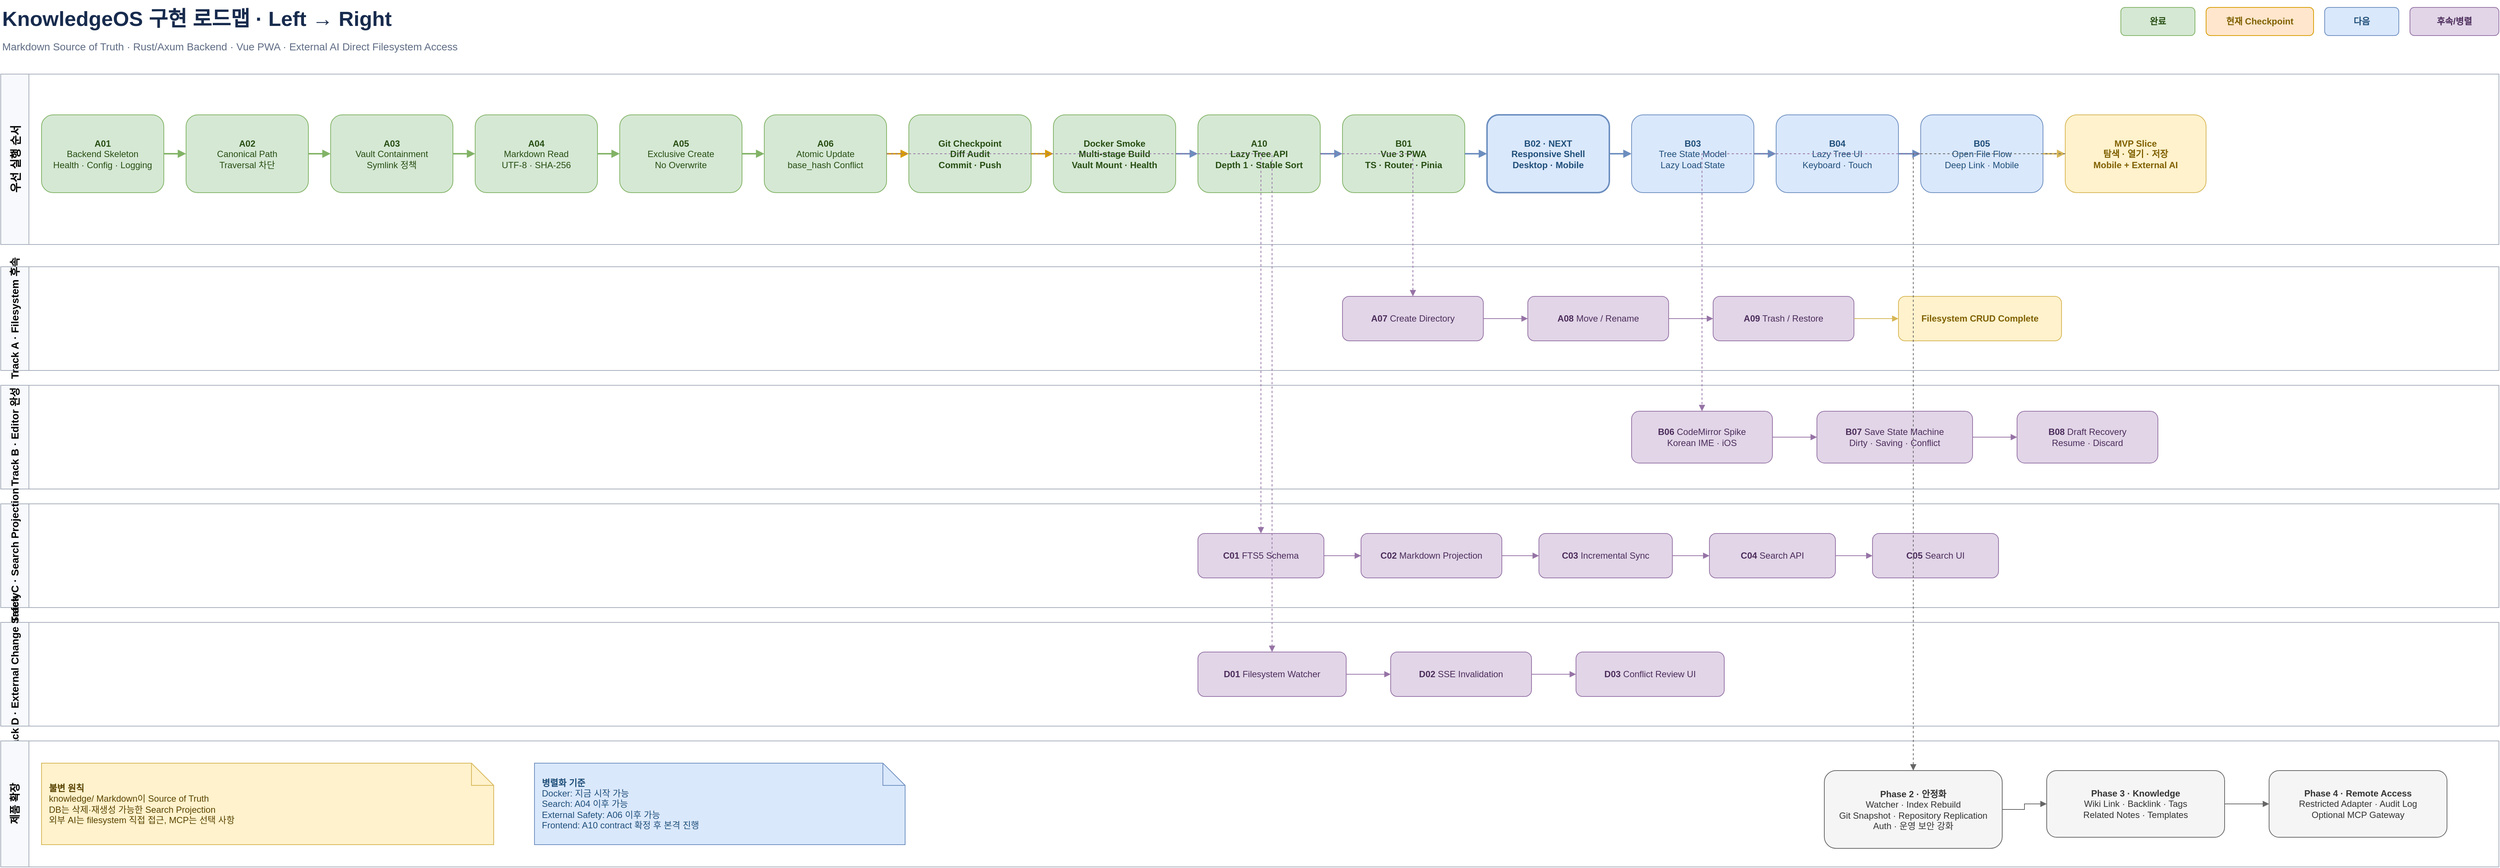
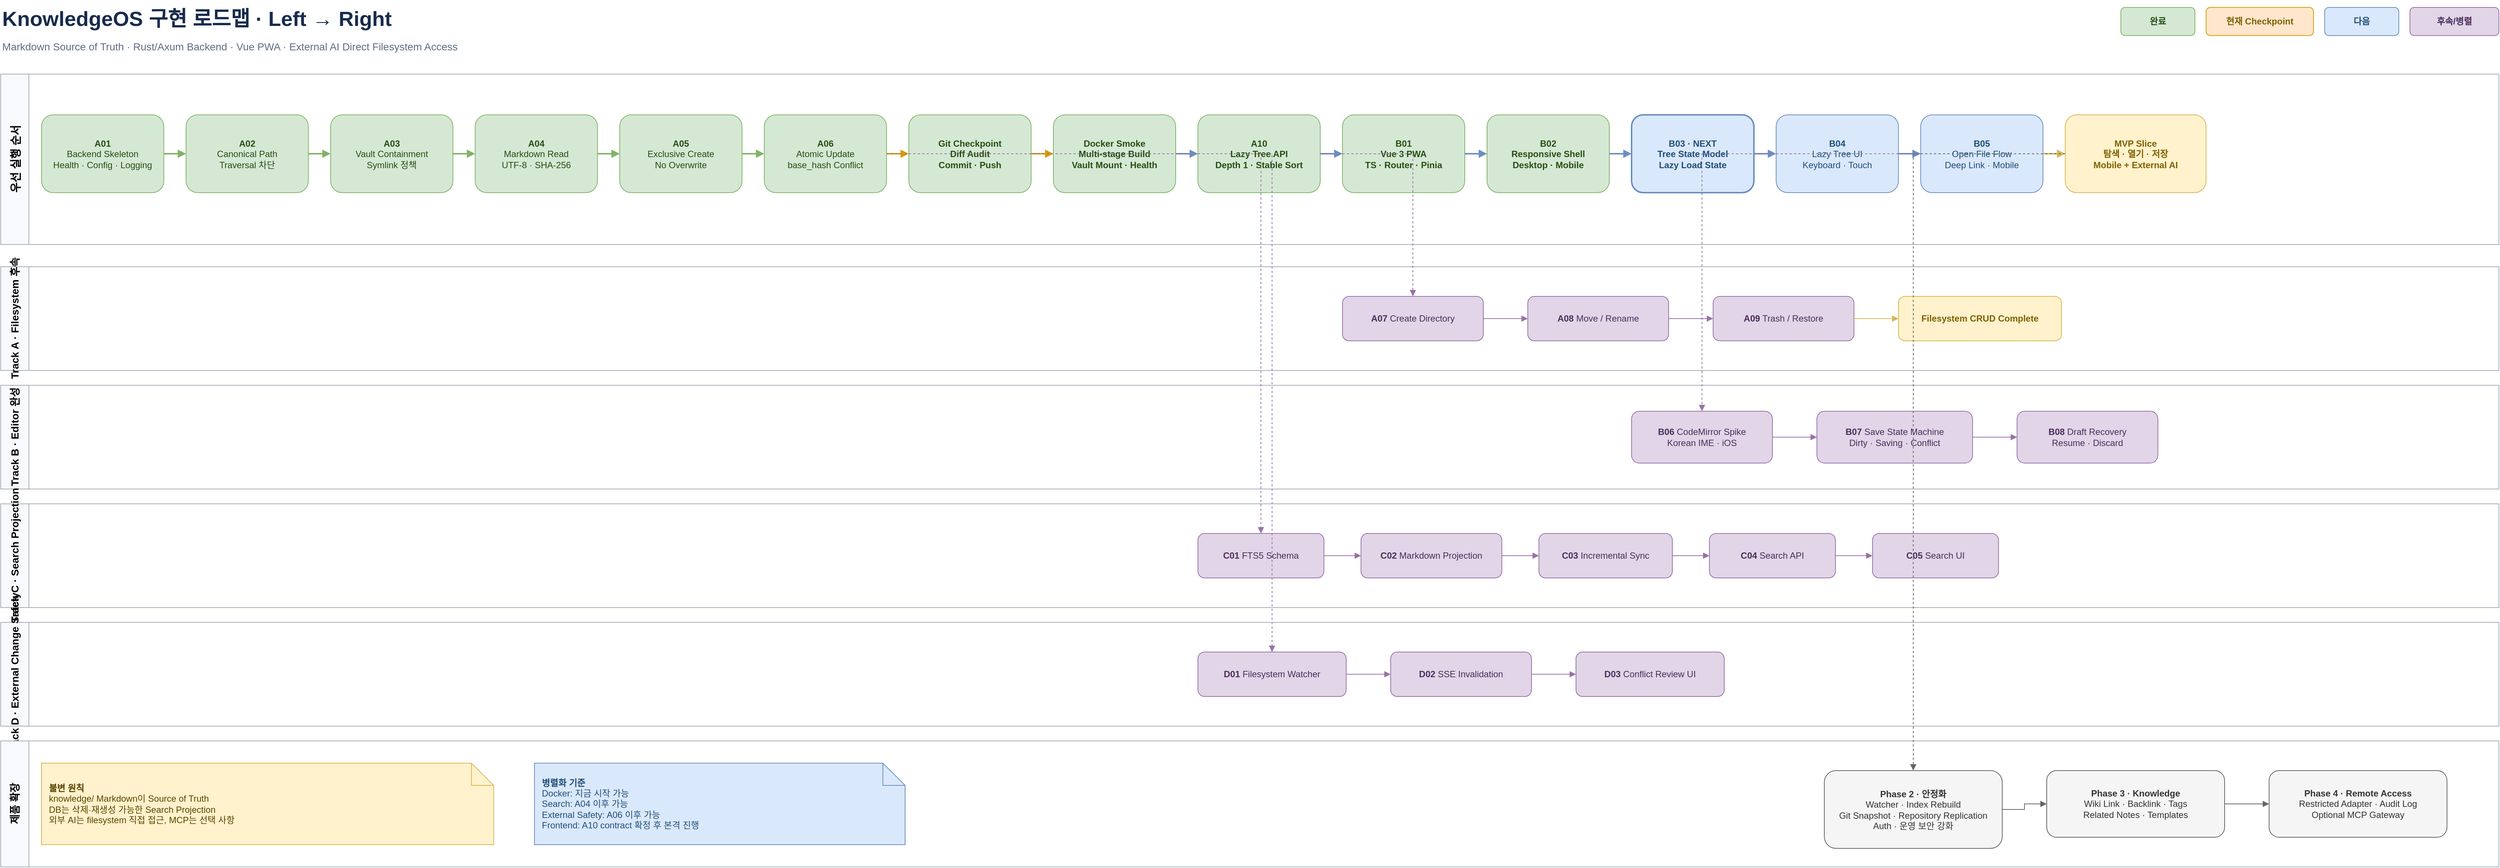
<mxfile host="app.diagrams.net" modified="2026-07-19T00:00:00.000Z" agent="KnowledgeOS" version="26.0.9" type="device">
  <diagram id="knowledgeos-roadmap" name="KnowledgeOS Roadmap">
    <mxGraphModel dx="1600" dy="900" grid="1" gridSize="10" guides="1" tooltips="1" connect="1" arrows="1" fold="1" page="1" pageScale="1" pageWidth="4000" pageHeight="1400" math="0" shadow="0">
      <root>
        <mxCell id="0"/>
        <mxCell id="1" parent="0"/>

        <mxCell id="title" value="KnowledgeOS 구현 로드맵 · Left → Right" style="text;html=1;align=left;verticalAlign=middle;fontSize=28;fontStyle=1;fontColor=#172B4D;" vertex="1" parent="1">
          <mxGeometry x="40" y="20" width="760" height="50" as="geometry"/>
        </mxCell>
        <mxCell id="subtitle" value="Markdown Source of Truth · Rust/Axum Backend · Vue PWA · External AI Direct Filesystem Access" style="text;html=1;align=left;verticalAlign=middle;fontSize=14;fontColor=#5E6C84;" vertex="1" parent="1">
          <mxGeometry x="40" y="68" width="1100" height="30" as="geometry"/>
        </mxCell>

        <mxCell id="legend_done" value="완료" style="rounded=1;whiteSpace=wrap;html=1;fillColor=#D5E8D4;strokeColor=#82B366;fontColor=#274E13;fontStyle=1;" vertex="1" parent="1">
          <mxGeometry x="2900" y="30" width="100" height="38" as="geometry"/>
        </mxCell>
        <mxCell id="legend_now" value="현재 Checkpoint" style="rounded=1;whiteSpace=wrap;html=1;fillColor=#FFE6CC;strokeColor=#D79B00;fontColor=#7F6000;fontStyle=1;" vertex="1" parent="1">
          <mxGeometry x="3015" y="30" width="145" height="38" as="geometry"/>
        </mxCell>
        <mxCell id="legend_next" value="다음" style="rounded=1;whiteSpace=wrap;html=1;fillColor=#DAE8FC;strokeColor=#6C8EBF;fontColor=#1F4E79;fontStyle=1;" vertex="1" parent="1">
          <mxGeometry x="3175" y="30" width="100" height="38" as="geometry"/>
        </mxCell>
        <mxCell id="legend_later" value="후속/병렬" style="rounded=1;whiteSpace=wrap;html=1;fillColor=#E1D5E7;strokeColor=#9673A6;fontColor=#4C2C5B;fontStyle=1;" vertex="1" parent="1">
          <mxGeometry x="3290" y="30" width="120" height="38" as="geometry"/>
        </mxCell>

        <mxCell id="lane_main" value="우선 실행 순서" style="swimlane;html=1;horizontal=0;startSize=38;fillColor=#F7F9FC;swimlaneFillColor=#FFFFFF;strokeColor=#A5ADBA;fontStyle=1;fontSize=15;" vertex="1" parent="1">
          <mxGeometry x="40" y="120" width="3370" height="230" as="geometry"/>
        </mxCell>
        <mxCell id="lane_fs" value="Track A · Filesystem 후속" style="swimlane;html=1;horizontal=0;startSize=38;fillColor=#F7F9FC;swimlaneFillColor=#FFFFFF;strokeColor=#A5ADBA;fontStyle=1;fontSize=14;" vertex="1" parent="1">
          <mxGeometry x="40" y="380" width="3370" height="140" as="geometry"/>
        </mxCell>
        <mxCell id="lane_editor" value="Track B · Editor 완성" style="swimlane;html=1;horizontal=0;startSize=38;fillColor=#F7F9FC;swimlaneFillColor=#FFFFFF;strokeColor=#A5ADBA;fontStyle=1;fontSize=14;" vertex="1" parent="1">
          <mxGeometry x="40" y="540" width="3370" height="140" as="geometry"/>
        </mxCell>
        <mxCell id="lane_search" value="Track C · Search Projection" style="swimlane;html=1;horizontal=0;startSize=38;fillColor=#F7F9FC;swimlaneFillColor=#FFFFFF;strokeColor=#A5ADBA;fontStyle=1;fontSize=14;" vertex="1" parent="1">
          <mxGeometry x="40" y="700" width="3370" height="140" as="geometry"/>
        </mxCell>
        <mxCell id="lane_external" value="Track D · External Change Safety" style="swimlane;html=1;horizontal=0;startSize=38;fillColor=#F7F9FC;swimlaneFillColor=#FFFFFF;strokeColor=#A5ADBA;fontStyle=1;fontSize=14;" vertex="1" parent="1">
          <mxGeometry x="40" y="860" width="3370" height="140" as="geometry"/>
        </mxCell>
        <mxCell id="lane_future" value="제품 확장" style="swimlane;html=1;horizontal=0;startSize=38;fillColor=#F7F9FC;swimlaneFillColor=#FFFFFF;strokeColor=#A5ADBA;fontStyle=1;fontSize=14;" vertex="1" parent="1">
          <mxGeometry x="40" y="1020" width="3370" height="170" as="geometry"/>
        </mxCell>

        <mxCell id="a01" value="&lt;b&gt;A01&lt;/b&gt;&#xa;Backend Skeleton&#xa;Health · Config · Logging" style="rounded=1;whiteSpace=wrap;html=1;fillColor=#D5E8D4;strokeColor=#82B366;fontColor=#274E13;" vertex="1" parent="1"><mxGeometry x="95" y="175" width="165" height="105" as="geometry"/></mxCell>
        <mxCell id="a02" value="&lt;b&gt;A02&lt;/b&gt;&#xa;Canonical Path&#xa;Traversal 차단" style="rounded=1;whiteSpace=wrap;html=1;fillColor=#D5E8D4;strokeColor=#82B366;fontColor=#274E13;" vertex="1" parent="1"><mxGeometry x="290" y="175" width="165" height="105" as="geometry"/></mxCell>
        <mxCell id="a03" value="&lt;b&gt;A03&lt;/b&gt;&#xa;Vault Containment&#xa;Symlink 정책" style="rounded=1;whiteSpace=wrap;html=1;fillColor=#D5E8D4;strokeColor=#82B366;fontColor=#274E13;" vertex="1" parent="1"><mxGeometry x="485" y="175" width="165" height="105" as="geometry"/></mxCell>
        <mxCell id="a04" value="&lt;b&gt;A04&lt;/b&gt;&#xa;Markdown Read&#xa;UTF-8 · SHA-256" style="rounded=1;whiteSpace=wrap;html=1;fillColor=#D5E8D4;strokeColor=#82B366;fontColor=#274E13;" vertex="1" parent="1"><mxGeometry x="680" y="175" width="165" height="105" as="geometry"/></mxCell>
        <mxCell id="a05" value="&lt;b&gt;A05&lt;/b&gt;&#xa;Exclusive Create&#xa;No Overwrite" style="rounded=1;whiteSpace=wrap;html=1;fillColor=#D5E8D4;strokeColor=#82B366;fontColor=#274E13;" vertex="1" parent="1"><mxGeometry x="875" y="175" width="165" height="105" as="geometry"/></mxCell>
        <mxCell id="a06" value="&lt;b&gt;A06&lt;/b&gt;&#xa;Atomic Update&#xa;base_hash Conflict" style="rounded=1;whiteSpace=wrap;html=1;fillColor=#D5E8D4;strokeColor=#82B366;fontColor=#274E13;" vertex="1" parent="1"><mxGeometry x="1070" y="175" width="165" height="105" as="geometry"/></mxCell>
        <mxCell id="git_checkpoint" value="&lt;b&gt;Git Checkpoint&lt;/b&gt;&#xa;Diff Audit&#xa;Commit · Push" style="rounded=1;whiteSpace=wrap;html=1;fillColor=#D5E8D4;strokeColor=#82B366;fontColor=#274E13;fontStyle=1;" vertex="1" parent="1"><mxGeometry x="1265" y="175" width="165" height="105" as="geometry"/></mxCell>
        <mxCell id="docker" value="&lt;b&gt;Docker Smoke&lt;/b&gt;&#xa;Multi-stage Build&#xa;Vault Mount · Health" style="rounded=1;whiteSpace=wrap;html=1;fillColor=#D5E8D4;strokeColor=#82B366;fontColor=#274E13;fontStyle=1;" vertex="1" parent="1"><mxGeometry x="1460" y="175" width="165" height="105" as="geometry"/></mxCell>
        <mxCell id="a10" value="&lt;b&gt;A10&lt;/b&gt;&#xa;Lazy Tree API&#xa;Depth 1 · Stable Sort" style="rounded=1;whiteSpace=wrap;html=1;fillColor=#D5E8D4;strokeColor=#82B366;fontColor=#274E13;fontStyle=1;" vertex="1" parent="1"><mxGeometry x="1655" y="175" width="165" height="105" as="geometry"/></mxCell>
        <mxCell id="b01" value="&lt;b&gt;B01&lt;/b&gt;&#xa;Vue 3 PWA&#xa;TS · Router · Pinia" style="rounded=1;whiteSpace=wrap;html=1;fillColor=#D5E8D4;strokeColor=#82B366;fontColor=#274E13;fontStyle=1;" vertex="1" parent="1"><mxGeometry x="1850" y="175" width="165" height="105" as="geometry"/></mxCell>
-         <mxCell id="b02" value="&lt;b&gt;B02 · NEXT&lt;/b&gt;&#xa;Responsive Shell&#xa;Desktop · Mobile" style="rounded=1;whiteSpace=wrap;html=1;fillColor=#DAE8FC;strokeColor=#6C8EBF;fontColor=#1F4E79;fontStyle=1;strokeWidth=2;" vertex="1" parent="1"><mxGeometry x="2045" y="175" width="165" height="105" as="geometry"/></mxCell>
-         <mxCell id="b03" value="&lt;b&gt;B03&lt;/b&gt;&#xa;Tree State Model&#xa;Lazy Load State" style="rounded=1;whiteSpace=wrap;html=1;fillColor=#DAE8FC;strokeColor=#6C8EBF;fontColor=#1F4E79;" vertex="1" parent="1"><mxGeometry x="2240" y="175" width="165" height="105" as="geometry"/></mxCell>
+         <mxCell id="b02" value="&lt;b&gt;B02&lt;/b&gt;&#xa;Responsive Shell&#xa;Desktop · Mobile" style="rounded=1;whiteSpace=wrap;html=1;fillColor=#D5E8D4;strokeColor=#82B366;fontColor=#274E13;fontStyle=1;" vertex="1" parent="1"><mxGeometry x="2045" y="175" width="165" height="105" as="geometry"/></mxCell>
+         <mxCell id="b03" value="&lt;b&gt;B03 · NEXT&lt;/b&gt;&#xa;Tree State Model&#xa;Lazy Load State" style="rounded=1;whiteSpace=wrap;html=1;fillColor=#DAE8FC;strokeColor=#6C8EBF;fontColor=#1F4E79;fontStyle=1;strokeWidth=2;" vertex="1" parent="1"><mxGeometry x="2240" y="175" width="165" height="105" as="geometry"/></mxCell>
        <mxCell id="b04" value="&lt;b&gt;B04&lt;/b&gt;&#xa;Lazy Tree UI&#xa;Keyboard · Touch" style="rounded=1;whiteSpace=wrap;html=1;fillColor=#DAE8FC;strokeColor=#6C8EBF;fontColor=#1F4E79;" vertex="1" parent="1"><mxGeometry x="2435" y="175" width="165" height="105" as="geometry"/></mxCell>
        <mxCell id="b05" value="&lt;b&gt;B05&lt;/b&gt;&#xa;Open File Flow&#xa;Deep Link · Mobile" style="rounded=1;whiteSpace=wrap;html=1;fillColor=#DAE8FC;strokeColor=#6C8EBF;fontColor=#1F4E79;" vertex="1" parent="1"><mxGeometry x="2630" y="175" width="165" height="105" as="geometry"/></mxCell>
        <mxCell id="mvp_slice" value="&lt;b&gt;MVP Slice&lt;/b&gt;&#xa;탐색 · 열기 · 저장&#xa;Mobile + External AI" style="rounded=1;whiteSpace=wrap;html=1;fillColor=#FFF2CC;strokeColor=#D6B656;fontColor=#7F6000;fontStyle=1;" vertex="1" parent="1"><mxGeometry x="2825" y="175" width="190" height="105" as="geometry"/></mxCell>

        <mxCell id="a07" value="&lt;b&gt;A07&lt;/b&gt; Create Directory" style="rounded=1;whiteSpace=wrap;html=1;fillColor=#E1D5E7;strokeColor=#9673A6;fontColor=#4C2C5B;" vertex="1" parent="1"><mxGeometry x="1850" y="420" width="190" height="60" as="geometry"/></mxCell>
        <mxCell id="a08" value="&lt;b&gt;A08&lt;/b&gt; Move / Rename" style="rounded=1;whiteSpace=wrap;html=1;fillColor=#E1D5E7;strokeColor=#9673A6;fontColor=#4C2C5B;" vertex="1" parent="1"><mxGeometry x="2100" y="420" width="190" height="60" as="geometry"/></mxCell>
        <mxCell id="a09" value="&lt;b&gt;A09&lt;/b&gt; Trash / Restore" style="rounded=1;whiteSpace=wrap;html=1;fillColor=#E1D5E7;strokeColor=#9673A6;fontColor=#4C2C5B;" vertex="1" parent="1"><mxGeometry x="2350" y="420" width="190" height="60" as="geometry"/></mxCell>
        <mxCell id="fs_complete" value="Filesystem CRUD Complete" style="rounded=1;whiteSpace=wrap;html=1;fillColor=#FFF2CC;strokeColor=#D6B656;fontColor=#7F6000;fontStyle=1;" vertex="1" parent="1"><mxGeometry x="2600" y="420" width="220" height="60" as="geometry"/></mxCell>

        <mxCell id="b06" value="&lt;b&gt;B06&lt;/b&gt; CodeMirror Spike&#xa;Korean IME · iOS" style="rounded=1;whiteSpace=wrap;html=1;fillColor=#E1D5E7;strokeColor=#9673A6;fontColor=#4C2C5B;" vertex="1" parent="1"><mxGeometry x="2240" y="575" width="190" height="70" as="geometry"/></mxCell>
        <mxCell id="b07" value="&lt;b&gt;B07&lt;/b&gt; Save State Machine&#xa;Dirty · Saving · Conflict" style="rounded=1;whiteSpace=wrap;html=1;fillColor=#E1D5E7;strokeColor=#9673A6;fontColor=#4C2C5B;" vertex="1" parent="1"><mxGeometry x="2490" y="575" width="210" height="70" as="geometry"/></mxCell>
        <mxCell id="b08" value="&lt;b&gt;B08&lt;/b&gt; Draft Recovery&#xa;Resume · Discard" style="rounded=1;whiteSpace=wrap;html=1;fillColor=#E1D5E7;strokeColor=#9673A6;fontColor=#4C2C5B;" vertex="1" parent="1"><mxGeometry x="2760" y="575" width="190" height="70" as="geometry"/></mxCell>

        <mxCell id="c01" value="&lt;b&gt;C01&lt;/b&gt; FTS5 Schema" style="rounded=1;whiteSpace=wrap;html=1;fillColor=#E1D5E7;strokeColor=#9673A6;fontColor=#4C2C5B;" vertex="1" parent="1"><mxGeometry x="1655" y="740" width="170" height="60" as="geometry"/></mxCell>
        <mxCell id="c02" value="&lt;b&gt;C02&lt;/b&gt; Markdown Projection" style="rounded=1;whiteSpace=wrap;html=1;fillColor=#E1D5E7;strokeColor=#9673A6;fontColor=#4C2C5B;" vertex="1" parent="1"><mxGeometry x="1875" y="740" width="190" height="60" as="geometry"/></mxCell>
        <mxCell id="c03" value="&lt;b&gt;C03&lt;/b&gt; Incremental Sync" style="rounded=1;whiteSpace=wrap;html=1;fillColor=#E1D5E7;strokeColor=#9673A6;fontColor=#4C2C5B;" vertex="1" parent="1"><mxGeometry x="2115" y="740" width="180" height="60" as="geometry"/></mxCell>
        <mxCell id="c04" value="&lt;b&gt;C04&lt;/b&gt; Search API" style="rounded=1;whiteSpace=wrap;html=1;fillColor=#E1D5E7;strokeColor=#9673A6;fontColor=#4C2C5B;" vertex="1" parent="1"><mxGeometry x="2345" y="740" width="170" height="60" as="geometry"/></mxCell>
        <mxCell id="c05" value="&lt;b&gt;C05&lt;/b&gt; Search UI" style="rounded=1;whiteSpace=wrap;html=1;fillColor=#E1D5E7;strokeColor=#9673A6;fontColor=#4C2C5B;" vertex="1" parent="1"><mxGeometry x="2565" y="740" width="170" height="60" as="geometry"/></mxCell>

        <mxCell id="d01" value="&lt;b&gt;D01&lt;/b&gt; Filesystem Watcher" style="rounded=1;whiteSpace=wrap;html=1;fillColor=#E1D5E7;strokeColor=#9673A6;fontColor=#4C2C5B;" vertex="1" parent="1"><mxGeometry x="1655" y="900" width="200" height="60" as="geometry"/></mxCell>
        <mxCell id="d02" value="&lt;b&gt;D02&lt;/b&gt; SSE Invalidation" style="rounded=1;whiteSpace=wrap;html=1;fillColor=#E1D5E7;strokeColor=#9673A6;fontColor=#4C2C5B;" vertex="1" parent="1"><mxGeometry x="1915" y="900" width="190" height="60" as="geometry"/></mxCell>
        <mxCell id="d03" value="&lt;b&gt;D03&lt;/b&gt; Conflict Review UI" style="rounded=1;whiteSpace=wrap;html=1;fillColor=#E1D5E7;strokeColor=#9673A6;fontColor=#4C2C5B;" vertex="1" parent="1"><mxGeometry x="2165" y="900" width="200" height="60" as="geometry"/></mxCell>

        <mxCell id="phase2" value="&lt;b&gt;Phase 2 · 안정화&lt;/b&gt;&#xa;Watcher · Index Rebuild&#xa;Git Snapshot · Repository Replication&#xa;Auth · 운영 보안 강화" style="rounded=1;whiteSpace=wrap;html=1;fillColor=#F5F5F5;strokeColor=#666666;fontColor=#333333;" vertex="1" parent="1"><mxGeometry x="2500" y="1060" width="240" height="105" as="geometry"/></mxCell>
        <mxCell id="phase3" value="&lt;b&gt;Phase 3 · Knowledge&lt;/b&gt;&#xa;Wiki Link · Backlink · Tags&#xa;Related Notes · Templates" style="rounded=1;whiteSpace=wrap;html=1;fillColor=#F5F5F5;strokeColor=#666666;fontColor=#333333;" vertex="1" parent="1"><mxGeometry x="2800" y="1060" width="240" height="90" as="geometry"/></mxCell>
        <mxCell id="phase4" value="&lt;b&gt;Phase 4 · Remote Access&lt;/b&gt;&#xa;Restricted Adapter · Audit Log&#xa;Optional MCP Gateway" style="rounded=1;whiteSpace=wrap;html=1;fillColor=#F5F5F5;strokeColor=#666666;fontColor=#333333;" vertex="1" parent="1"><mxGeometry x="3100" y="1060" width="240" height="90" as="geometry"/></mxCell>

        <mxCell id="note_source" value="&lt;b&gt;불변 원칙&lt;/b&gt;&#xa;knowledge/ Markdown이 Source of Truth&#xa;DB는 삭제·재생성 가능한 Search Projection&#xa;외부 AI는 filesystem 직접 접근, MCP는 선택 사항" style="shape=note;whiteSpace=wrap;html=1;fillColor=#FFF2CC;strokeColor=#D6B656;fontColor=#594300;align=left;spacing=10;" vertex="1" parent="1"><mxGeometry x="95" y="1050" width="610" height="110" as="geometry"/></mxCell>
        <mxCell id="note_parallel" value="&lt;b&gt;병렬화 기준&lt;/b&gt;&#xa;Docker: 지금 시작 가능&#xa;Search: A04 이후 가능&#xa;External Safety: A06 이후 가능&#xa;Frontend: A10 contract 확정 후 본격 진행" style="shape=note;whiteSpace=wrap;html=1;fillColor=#DAE8FC;strokeColor=#6C8EBF;fontColor=#1F4E79;align=left;spacing=10;" vertex="1" parent="1"><mxGeometry x="760" y="1050" width="500" height="110" as="geometry"/></mxCell>

        <mxCell id="e_a01_a02" style="edgeStyle=orthogonalEdgeStyle;rounded=0;orthogonalLoop=1;jettySize=auto;html=1;endArrow=block;strokeColor=#82B366;strokeWidth=2;" edge="1" parent="1" source="a01" target="a02"><mxGeometry relative="1" as="geometry"/></mxCell>
        <mxCell id="e_a02_a03" style="edgeStyle=orthogonalEdgeStyle;rounded=0;orthogonalLoop=1;jettySize=auto;html=1;endArrow=block;strokeColor=#82B366;strokeWidth=2;" edge="1" parent="1" source="a02" target="a03"><mxGeometry relative="1" as="geometry"/></mxCell>
        <mxCell id="e_a03_a04" style="edgeStyle=orthogonalEdgeStyle;rounded=0;orthogonalLoop=1;jettySize=auto;html=1;endArrow=block;strokeColor=#82B366;strokeWidth=2;" edge="1" parent="1" source="a03" target="a04"><mxGeometry relative="1" as="geometry"/></mxCell>
        <mxCell id="e_a04_a05" style="edgeStyle=orthogonalEdgeStyle;rounded=0;orthogonalLoop=1;jettySize=auto;html=1;endArrow=block;strokeColor=#82B366;strokeWidth=2;" edge="1" parent="1" source="a04" target="a05"><mxGeometry relative="1" as="geometry"/></mxCell>
        <mxCell id="e_a05_a06" style="edgeStyle=orthogonalEdgeStyle;rounded=0;orthogonalLoop=1;jettySize=auto;html=1;endArrow=block;strokeColor=#82B366;strokeWidth=2;" edge="1" parent="1" source="a05" target="a06"><mxGeometry relative="1" as="geometry"/></mxCell>
        <mxCell id="e_a06_git" style="edgeStyle=orthogonalEdgeStyle;rounded=0;orthogonalLoop=1;jettySize=auto;html=1;endArrow=block;strokeColor=#D79B00;strokeWidth=2;" edge="1" parent="1" source="a06" target="git_checkpoint"><mxGeometry relative="1" as="geometry"/></mxCell>
        <mxCell id="e_git_docker" style="edgeStyle=orthogonalEdgeStyle;rounded=0;orthogonalLoop=1;jettySize=auto;html=1;endArrow=block;strokeColor=#D79B00;strokeWidth=2;" edge="1" parent="1" source="git_checkpoint" target="docker"><mxGeometry relative="1" as="geometry"/></mxCell>
        <mxCell id="e_docker_a10" style="edgeStyle=orthogonalEdgeStyle;rounded=0;orthogonalLoop=1;jettySize=auto;html=1;endArrow=block;strokeColor=#6C8EBF;strokeWidth=2;" edge="1" parent="1" source="docker" target="a10"><mxGeometry relative="1" as="geometry"/></mxCell>
        <mxCell id="e_a10_b01" style="edgeStyle=orthogonalEdgeStyle;rounded=0;orthogonalLoop=1;jettySize=auto;html=1;endArrow=block;strokeColor=#6C8EBF;strokeWidth=2;" edge="1" parent="1" source="a10" target="b01"><mxGeometry relative="1" as="geometry"/></mxCell>
        <mxCell id="e_b01_b02" style="edgeStyle=orthogonalEdgeStyle;rounded=0;orthogonalLoop=1;jettySize=auto;html=1;endArrow=block;strokeColor=#6C8EBF;strokeWidth=2;" edge="1" parent="1" source="b01" target="b02"><mxGeometry relative="1" as="geometry"/></mxCell>
        <mxCell id="e_b02_b03" style="edgeStyle=orthogonalEdgeStyle;rounded=0;orthogonalLoop=1;jettySize=auto;html=1;endArrow=block;strokeColor=#6C8EBF;strokeWidth=2;" edge="1" parent="1" source="b02" target="b03"><mxGeometry relative="1" as="geometry"/></mxCell>
        <mxCell id="e_b03_b04" style="edgeStyle=orthogonalEdgeStyle;rounded=0;orthogonalLoop=1;jettySize=auto;html=1;endArrow=block;strokeColor=#6C8EBF;strokeWidth=2;" edge="1" parent="1" source="b03" target="b04"><mxGeometry relative="1" as="geometry"/></mxCell>
        <mxCell id="e_b04_b05" style="edgeStyle=orthogonalEdgeStyle;rounded=0;orthogonalLoop=1;jettySize=auto;html=1;endArrow=block;strokeColor=#6C8EBF;strokeWidth=2;" edge="1" parent="1" source="b04" target="b05"><mxGeometry relative="1" as="geometry"/></mxCell>
        <mxCell id="e_b05_mvp" style="edgeStyle=orthogonalEdgeStyle;rounded=0;orthogonalLoop=1;jettySize=auto;html=1;endArrow=block;strokeColor=#D6B656;strokeWidth=2;" edge="1" parent="1" source="b05" target="mvp_slice"><mxGeometry relative="1" as="geometry"/></mxCell>

        <mxCell id="e_a10_a07" style="edgeStyle=orthogonalEdgeStyle;rounded=0;orthogonalLoop=1;jettySize=auto;html=1;endArrow=block;dashed=1;strokeColor=#9673A6;" edge="1" parent="1" source="a10" target="a07"><mxGeometry relative="1" as="geometry"/></mxCell>
        <mxCell id="e_a07_a08" style="edgeStyle=orthogonalEdgeStyle;rounded=0;html=1;endArrow=block;strokeColor=#9673A6;" edge="1" parent="1" source="a07" target="a08"><mxGeometry relative="1" as="geometry"/></mxCell>
        <mxCell id="e_a08_a09" style="edgeStyle=orthogonalEdgeStyle;rounded=0;html=1;endArrow=block;strokeColor=#9673A6;" edge="1" parent="1" source="a08" target="a09"><mxGeometry relative="1" as="geometry"/></mxCell>
        <mxCell id="e_a09_fs" style="edgeStyle=orthogonalEdgeStyle;rounded=0;html=1;endArrow=block;strokeColor=#D6B656;" edge="1" parent="1" source="a09" target="fs_complete"><mxGeometry relative="1" as="geometry"/></mxCell>

        <mxCell id="e_b05_b06" style="edgeStyle=orthogonalEdgeStyle;rounded=0;html=1;endArrow=block;dashed=1;strokeColor=#9673A6;" edge="1" parent="1" source="b05" target="b06"><mxGeometry relative="1" as="geometry"/></mxCell>
        <mxCell id="e_b06_b07" style="edgeStyle=orthogonalEdgeStyle;rounded=0;html=1;endArrow=block;strokeColor=#9673A6;" edge="1" parent="1" source="b06" target="b07"><mxGeometry relative="1" as="geometry"/></mxCell>
        <mxCell id="e_b07_b08" style="edgeStyle=orthogonalEdgeStyle;rounded=0;html=1;endArrow=block;strokeColor=#9673A6;" edge="1" parent="1" source="b07" target="b08"><mxGeometry relative="1" as="geometry"/></mxCell>

        <mxCell id="e_docker_c01" style="edgeStyle=orthogonalEdgeStyle;rounded=0;html=1;endArrow=block;dashed=1;strokeColor=#9673A6;" edge="1" parent="1" source="docker" target="c01"><mxGeometry relative="1" as="geometry"/></mxCell>
        <mxCell id="e_c01_c02" style="edgeStyle=orthogonalEdgeStyle;rounded=0;html=1;endArrow=block;strokeColor=#9673A6;" edge="1" parent="1" source="c01" target="c02"><mxGeometry relative="1" as="geometry"/></mxCell>
        <mxCell id="e_c02_c03" style="edgeStyle=orthogonalEdgeStyle;rounded=0;html=1;endArrow=block;strokeColor=#9673A6;" edge="1" parent="1" source="c02" target="c03"><mxGeometry relative="1" as="geometry"/></mxCell>
        <mxCell id="e_c03_c04" style="edgeStyle=orthogonalEdgeStyle;rounded=0;html=1;endArrow=block;strokeColor=#9673A6;" edge="1" parent="1" source="c03" target="c04"><mxGeometry relative="1" as="geometry"/></mxCell>
        <mxCell id="e_c04_c05" style="edgeStyle=orthogonalEdgeStyle;rounded=0;html=1;endArrow=block;strokeColor=#9673A6;" edge="1" parent="1" source="c04" target="c05"><mxGeometry relative="1" as="geometry"/></mxCell>

        <mxCell id="e_a06_d01" style="edgeStyle=orthogonalEdgeStyle;rounded=0;html=1;endArrow=block;dashed=1;strokeColor=#9673A6;" edge="1" parent="1" source="a06" target="d01"><mxGeometry relative="1" as="geometry"/></mxCell>
        <mxCell id="e_d01_d02" style="edgeStyle=orthogonalEdgeStyle;rounded=0;html=1;endArrow=block;strokeColor=#9673A6;" edge="1" parent="1" source="d01" target="d02"><mxGeometry relative="1" as="geometry"/></mxCell>
        <mxCell id="e_d02_d03" style="edgeStyle=orthogonalEdgeStyle;rounded=0;html=1;endArrow=block;strokeColor=#9673A6;" edge="1" parent="1" source="d02" target="d03"><mxGeometry relative="1" as="geometry"/></mxCell>

        <mxCell id="e_mvp_phase2" style="edgeStyle=orthogonalEdgeStyle;rounded=0;html=1;endArrow=block;dashed=1;strokeColor=#666666;" edge="1" parent="1" source="mvp_slice" target="phase2"><mxGeometry relative="1" as="geometry"/></mxCell>
        <mxCell id="e_phase2_phase3" style="edgeStyle=orthogonalEdgeStyle;rounded=0;html=1;endArrow=block;strokeColor=#666666;" edge="1" parent="1" source="phase2" target="phase3"><mxGeometry relative="1" as="geometry"/></mxCell>
        <mxCell id="e_phase3_phase4" style="edgeStyle=orthogonalEdgeStyle;rounded=0;html=1;endArrow=block;strokeColor=#666666;" edge="1" parent="1" source="phase3" target="phase4"><mxGeometry relative="1" as="geometry"/></mxCell>
      </root>
    </mxGraphModel>
  </diagram>
</mxfile>
